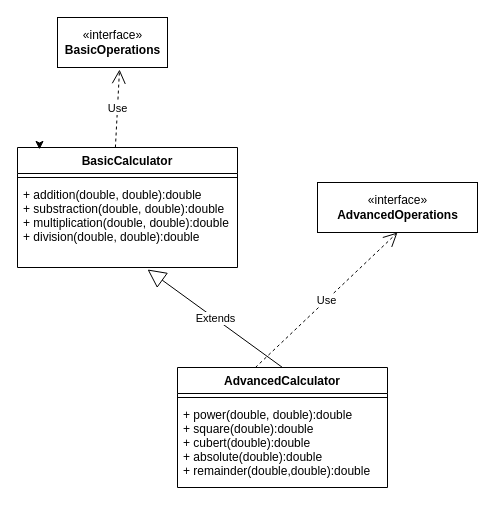
saritha-kola/02-pass-sarithaRani keeps this draw.io diagram as 02-pass-sarithaRani.drawio. Above is the earlier version. Source tidied: cells renumbered, new cells numbered last; positions are measured from the earlier drawing's top-left corner, leaving out a move shared by most shapes. Both pictures are drawn from the tidied source at 100%, with x=0, y=0 at pixel (17, 17).
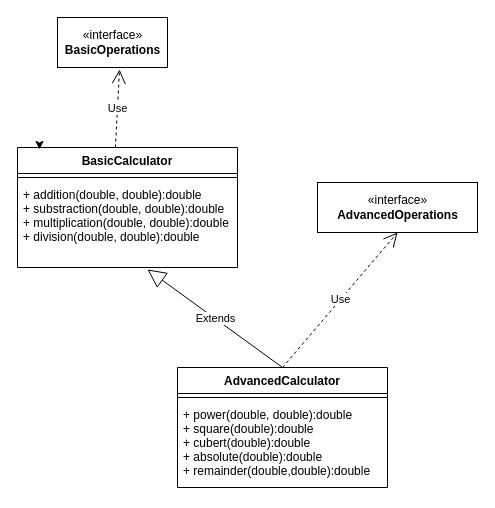
The same diagram, later.

The edit, as a diff of the source:
```diff
@@
 <mxGraphModel>
   <root>
     <mxCell id="0" />
     <mxCell id="1" parent="0" />
     <mxCell id="2" value="«interface»&lt;br&gt;&lt;b&gt;BasicOperations&lt;/b&gt;" style="html=1;" parent="1" vertex="1">
       <mxGeometry x="40" width="110" height="50" as="geometry" />
     </mxCell>
     <mxCell id="3" value="BasicCalculator" style="swimlane;fontStyle=1;align=center;verticalAlign=top;horizontal=1;startSize=26;" parent="1" vertex="1">
       <mxGeometry y="130" width="220" height="120" as="geometry" />
     </mxCell>
     <mxCell id="4" style="line;strokeWidth=1;fillColor=none;align=left;verticalAlign=middle;spacingTop=-1;spacingLeft=3;spacingRight=3;labelPosition=right;" parent="3" vertex="1">
       <mxGeometry y="26" width="220" height="8" as="geometry" />
     </mxCell>
     <mxCell id="5" value="+ addition(double, double):double&#10;+ substraction(double, double):double&#10;+ multiplication(double, double):double&#10;+ division(double, double):double" style="text;strokeColor=none;fillColor=none;align=left;verticalAlign=top;spacingLeft=4;spacingRight=4;overflow=hidden;points=[[0,0.5],[1,0.5]];portConstraint=eastwest;" parent="3" vertex="1">
       <mxGeometry y="34" width="220" height="86" as="geometry" />
     </mxCell>
     <mxCell id="6" value="Use" style="endArrow=open;endSize=12;dashed=1;html=1;exitX=0.445;exitY=0;exitDx=0;exitDy=0;exitPerimeter=0;entryX=0.564;entryY=1.04;entryDx=0;entryDy=0;entryPerimeter=0;" parent="1" edge="1" source="3" target="2">
       <mxGeometry relative="1" as="geometry" />
     </mxCell>
     <mxCell id="7" style="edgeStyle=orthogonalEdgeStyle;rounded=0;orthogonalLoop=1;jettySize=auto;html=1;exitX=0.25;exitY=0;exitDx=0;exitDy=0;entryX=0.1;entryY=0.016;entryDx=0;entryDy=0;entryPerimeter=0;" parent="1" edge="1" source="3" target="3">
       <mxGeometry relative="1" as="geometry" />
     </mxCell>
     <mxCell id="8" value="Extends" style="endArrow=block;endSize=16;endFill=0;html=1;entryX=0.591;entryY=1.023;entryDx=0;entryDy=0;entryPerimeter=0;exitX=0.5;exitY=0;exitDx=0;exitDy=0;" parent="1" edge="1" source="9" target="5">
       <mxGeometry relative="1" as="geometry" />
     </mxCell>
     <mxCell id="9" value="AdvancedCalculator" style="swimlane;fontStyle=1;align=center;verticalAlign=top;horizontal=1;startSize=26;" parent="1" vertex="1">
       <mxGeometry x="160" y="350" width="210" height="120" as="geometry" />
     </mxCell>
     <mxCell id="10" style="line;strokeWidth=1;fillColor=none;align=left;verticalAlign=middle;spacingTop=-1;spacingLeft=3;spacingRight=3;labelPosition=right;" parent="9" vertex="1">
       <mxGeometry y="26" width="210" height="8" as="geometry" />
     </mxCell>
     <mxCell id="11" value="+ power(double, double):double&#10;+ square(double):double&#10;+ cubert(double):double&#10;+ absolute(double):double&#10;+ remainder(double,double):double" style="text;strokeColor=none;fillColor=none;align=left;verticalAlign=top;spacingLeft=4;spacingRight=4;overflow=hidden;" parent="9" vertex="1">
       <mxGeometry y="34" width="210" height="86" as="geometry" />
     </mxCell>
-    <mxCell id="12" value="Use" style="endArrow=open;endSize=12;dashed=1;html=1;exitX=0.445;exitY=0;exitDx=0;exitDy=0;exitPerimeter=0;entryX=0.5;entryY=1;entryDx=0;entryDy=0;" parent="1" edge="1" target="13">
-      <mxGeometry relative="1" as="geometry">
-        <mxPoint x="237.9" y="350" as="sourcePoint" />
-      </mxGeometry>
+    <mxCell id="12" value="Use" style="endArrow=open;endSize=12;dashed=1;html=1;exitX=0.5;exitY=0;exitDx=0;exitDy=0;entryX=0.5;entryY=1;entryDx=0;entryDy=0;" parent="1" edge="1" source="9" target="13">
+      <mxGeometry relative="1" as="geometry" />
     </mxCell>
     <mxCell id="13" value="«interface»&lt;br&gt;&lt;b&gt;AdvancedOperations&lt;/b&gt;" style="html=1;" parent="1" vertex="1">
       <mxGeometry x="300" y="165" width="160" height="50" as="geometry" />
     </mxCell>
   </root>
 </mxGraphModel>
```
